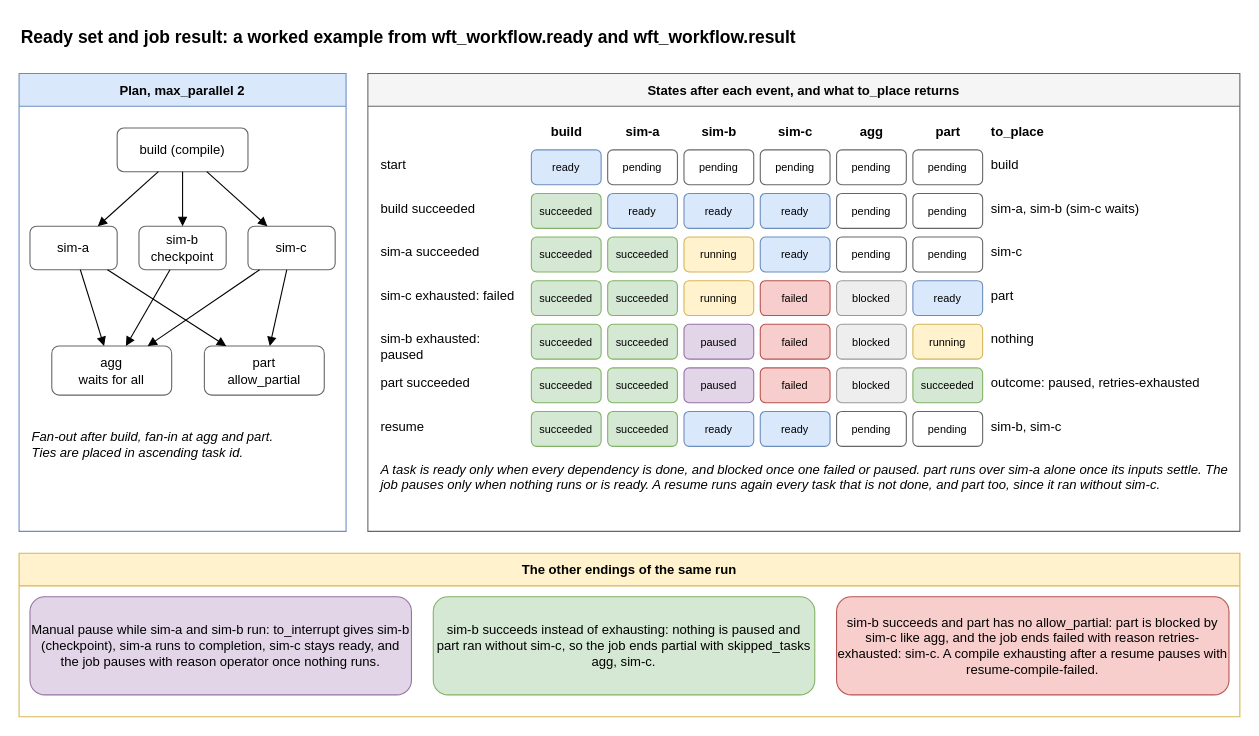
AndoNorth/disyard keeps this draw.io diagram as packages/workflow/ready-set.drawio. Above is the earlier version. Source tidied: cells renumbered, new cells numbered last; positions are measured from the earlier drawing's top-left corner, leaving out a move shared by most shapes. Both pictures are drawn from the tidied source at 109%, with x=0, y=0 at pixel (19, 19).
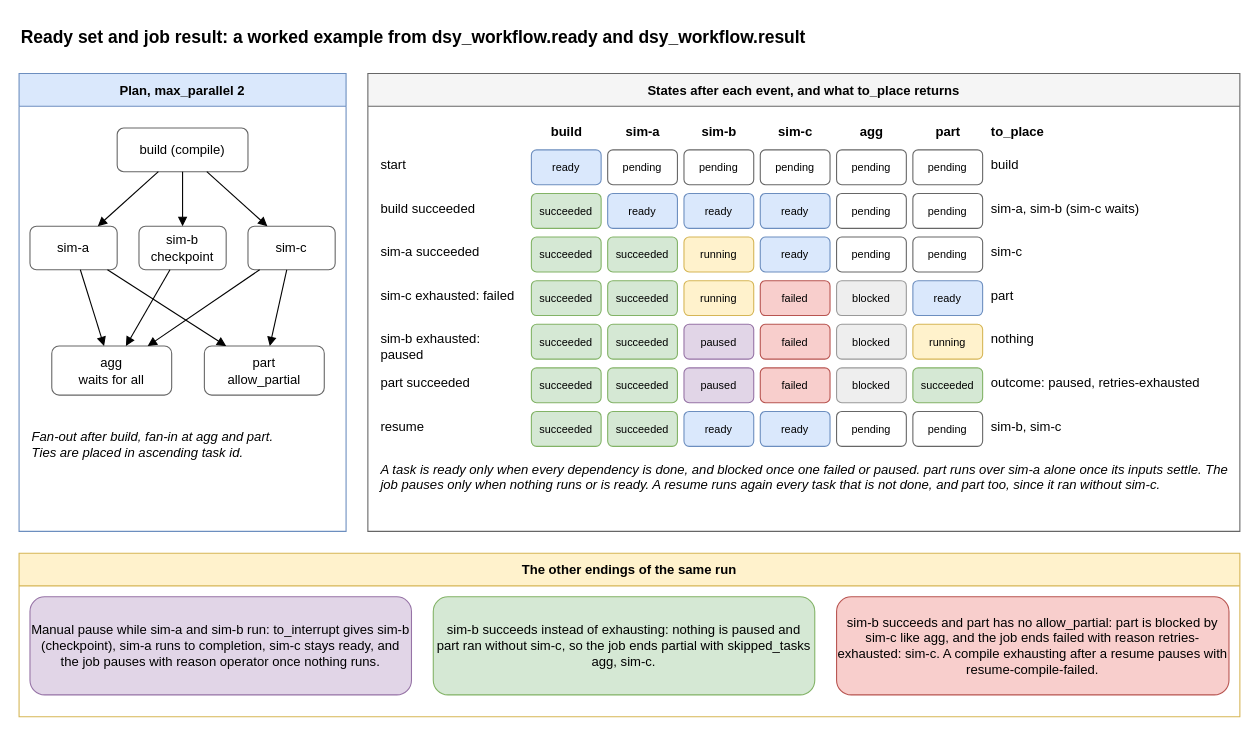
After the change.

What changed in the source:
```diff
@@
-    <mxCell id="2" value="Ready set and job result: a worked example from wft_workflow.ready and wft_workflow.result" style="text;html=1;fontSize=16;fontStyle=1;align=left;" parent="1" vertex="1">
+    <mxCell id="2" value="Ready set and job result: a worked example from dsy_workflow.ready and dsy_workflow.result" style="text;html=1;fontSize=16;fontStyle=1;align=left;" parent="1" vertex="1">
       <mxGeometry width="1100" height="30" as="geometry" />
     </mxCell>
```
